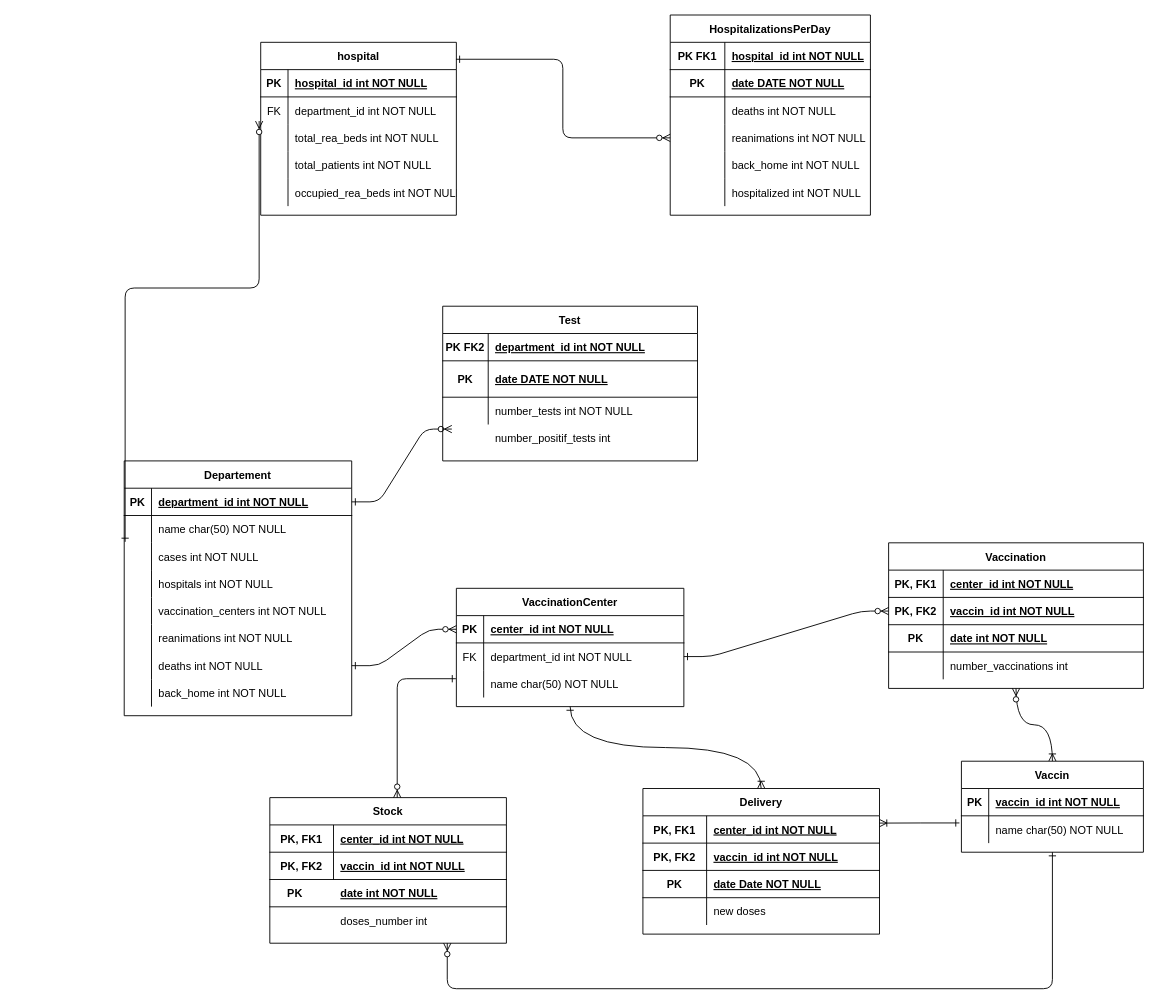
Earlier version of the draw.io diagram bda/projet.drawio (elhadjhamlaoui/bda). Source tidied: cells renumbered, new cells numbered last; positions are measured from the earlier drawing's top-left corner, leaving out a move shared by most shapes. Both pictures are drawn from the tidied source at 91%, with x=0, y=0 at pixel (78, 15).
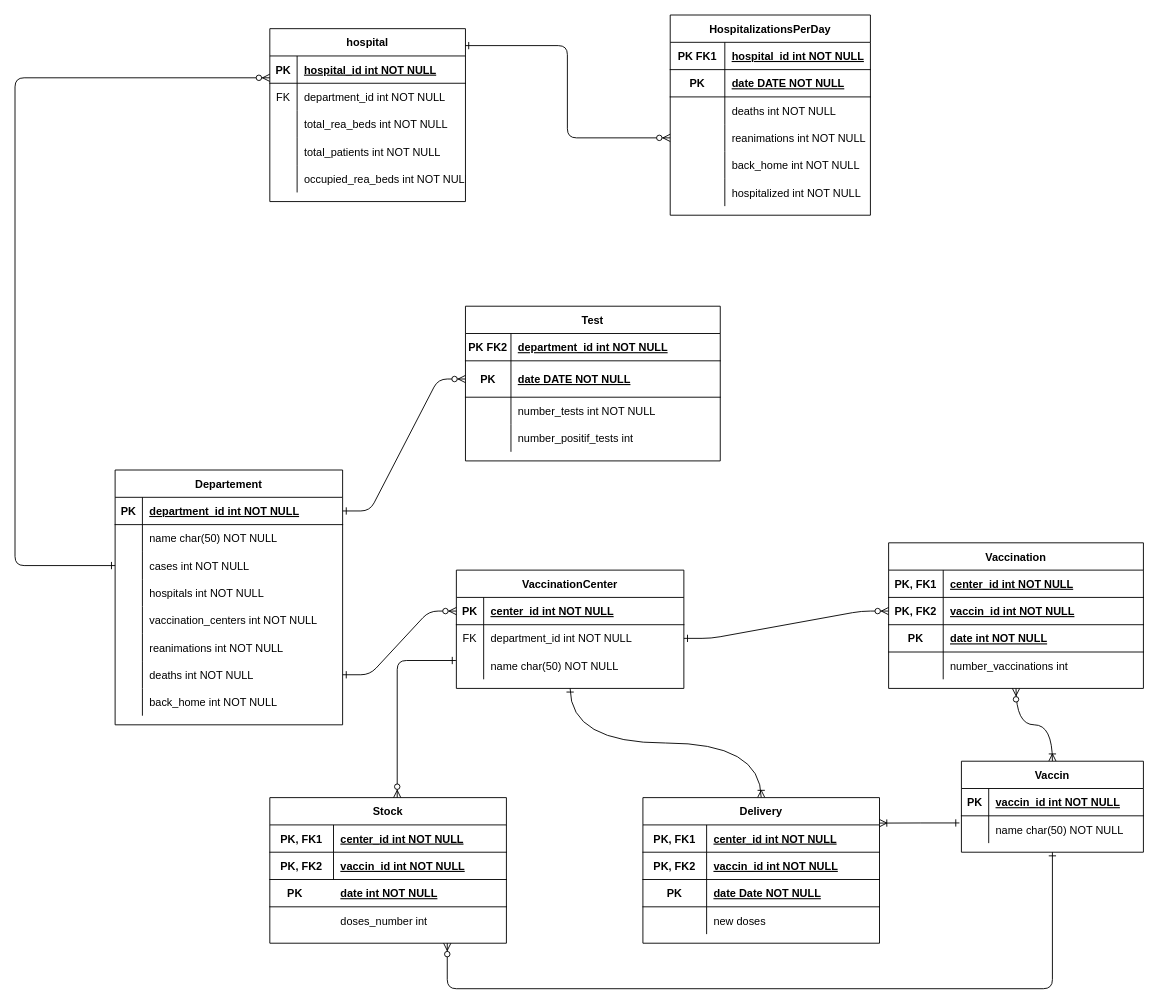
The same diagram, later.

The change refers to these unchanged cells:
```xml
<mxCell id="7" style="shape=partialRectangle;fillColor=none;top=0;left=0;bottom=1;right=0;points=[[0,0.5],[1,0.5]];portConstraint=eastwest;" parent="3" vertex="1">
  <mxGeometry y="60" width="280" height="40" as="geometry" />
</mxCell>
<mxCell id="14" style="shape=partialRectangle;fillColor=none;points=[[0,0.5],[1,0.5]];portConstraint=eastwest;top=0;left=0;right=0;bottom=1;" parent="13" vertex="1">
  <mxGeometry y="30" width="250" height="30" as="geometry" />
</mxCell>
<mxCell id="20" style="shape=partialRectangle;fillColor=none;top=0;left=0;bottom=0;right=0;points=[[0,0.5],[1,0.5]];portConstraint=eastwest;" parent="13" vertex="1">
  <mxGeometry y="90" width="250" height="30" as="geometry" />
</mxCell>
<mxCell id="96" style="shape=partialRectangle;fillColor=none;top=0;left=0;bottom=1;right=0;points=[[0,0.5],[1,0.5]];portConstraint=eastwest;" parent="95" vertex="1">
  <mxGeometry y="30" width="215" height="30" as="geometry" />
</mxCell>
<mxCell id="102" style="shape=partialRectangle;fillColor=none;top=0;left=0;bottom=0;right=0;points=[[0,0.5],[1,0.5]];portConstraint=eastwest;" parent="95" vertex="1">
  <mxGeometry y="90" width="215" height="30" as="geometry" />
</mxCell>
```

Diff of the diagram source:
```diff
@@
-    <mxCell id="2" style="edgeStyle=entityRelationEdgeStyle;endArrow=ERzeroToMany;startArrow=ERone;endFill=1;startFill=0;" parent="1" edge="1" source="14">
-      <mxGeometry relative="1" as="geometry">
-        <mxPoint x="410" y="455" as="targetPoint" />
-      </mxGeometry>
+    <mxCell id="2" style="edgeStyle=entityRelationEdgeStyle;endArrow=ERzeroToMany;startArrow=ERone;endFill=1;startFill=0;entryX=0;entryY=0.5;entryDx=0;entryDy=0;" parent="1" edge="1" source="14" target="7">
+      <mxGeometry relative="1" as="geometry" />
     </mxCell>
     <mxCell id="3" value="Test" style="shape=table;startSize=30;childLayout=tableLayout;rowLines=0;fontStyle=1;align=center;" parent="1" vertex="1">
-      <mxGeometry x="400" y="320" width="280" height="170" as="geometry" />
+      <mxGeometry x="425" y="320" width="280" height="170" as="geometry" />
     </mxCell>
@@
+    <mxCell id="141" style="shape=partialRectangle;fillColor=none;top=0;left=0;bottom=0;right=0;" parent="3" vertex="1">
+      <mxGeometry y="130" width="280" height="30" as="geometry" />
+    </mxCell>
+    <mxCell id="142" style="shape=partialRectangle;fillColor=none;top=0;left=0;bottom=0;right=0;overflow=hidden;" parent="141" vertex="1">
+      <mxGeometry width="50" height="30" as="geometry" />
+    </mxCell>
+    <mxCell id="134" value="number_positif_tests int" style="shape=partialRectangle;fillColor=none;top=0;left=0;bottom=0;right=0;align=left;spacingLeft=6;overflow=hidden;" parent="141" vertex="1">
+      <mxGeometry x="50" width="230" height="30" as="geometry" />
+    </mxCell>
     <mxCell id="13" value="Departement" style="shape=table;startSize=30;childLayout=tableLayout;rowLines=0;fontStyle=1;align=center;" parent="1" vertex="1">
-      <mxGeometry x="50" y="490" width="250" height="280" as="geometry" />
+      <mxGeometry x="40" y="500" width="250" height="280" as="geometry" />
     </mxCell>
@@
     <mxCell id="39" value="VaccinationCenter" style="shape=table;startSize=30;childLayout=tableLayout;rowLines=0;fontStyle=1;align=center;" parent="1" vertex="1">
-      <mxGeometry x="415" y="630" width="250" height="130" as="geometry" />
+      <mxGeometry x="415" y="610" width="250" height="130" as="geometry" />
     </mxCell>
@@
     <mxCell id="71" value="Delivery" style="shape=table;startSize=30;childLayout=tableLayout;rowLines=0;fontStyle=1;align=center;" parent="1" vertex="1">
-      <mxGeometry x="620" y="850" width="260" height="160" as="geometry" />
+      <mxGeometry x="620" y="860" width="260" height="160" as="geometry" />
     </mxCell>
@@
     <mxCell id="95" value="hospital" style="shape=table;startSize=30;childLayout=tableLayout;rowLines=0;fontStyle=1;align=center;" parent="1" vertex="1">
-      <mxGeometry x="200" y="30" width="215" height="190" as="geometry" />
+      <mxGeometry x="210" y="15" width="215" height="190" as="geometry" />
     </mxCell>
@@
-    <mxCell id="111" style="edgeStyle=elbowEdgeStyle;endArrow=ERzeroToMany;startArrow=ERone;endFill=1;startFill=0;entryX=-0.008;entryY=-0.116;entryDx=0;entryDy=0;entryPerimeter=0;exitX=0.004;exitY=0.963;exitDx=0;exitDy=0;exitPerimeter=0;elbow=vertical;" parent="1" edge="1" target="102">
+    <mxCell id="111" style="edgeStyle=elbowEdgeStyle;endArrow=ERzeroToMany;startArrow=ERone;endFill=1;startFill=0;exitX=0;exitY=0.5;exitDx=0;exitDy=0;entryX=0;entryY=0.8;entryDx=0;entryDy=0;entryPerimeter=0;" parent="1" edge="1" source="20" target="96">
       <mxGeometry relative="1" as="geometry">
-        <mxPoint x="51" y="578.9" as="sourcePoint" />
         <Array as="points">
-          <mxPoint y="300" />
+          <mxPoint x="-70" y="390" />
+          <mxPoint x="10" y="390" />
         </Array>
       </mxGeometry>
     </mxCell>
@@
-    <mxCell id="132" style="shape=partialRectangle;fillColor=none;top=0;left=0;right=0;bottom=0;" parent="1" vertex="1">
-      <mxGeometry x="400" y="450" width="280" height="30" as="geometry" />
-    </mxCell>
-    <mxCell id="133" style="shape=partialRectangle;overflow=hidden;fillColor=none;top=0;left=0;bottom=0;right=0;" parent="132" vertex="1">
-      <mxGeometry width="50" height="30" as="geometry" />
-    </mxCell>
-    <mxCell id="134" value="number_positif_tests int" style="shape=partialRectangle;overflow=hidden;fillColor=none;top=0;left=0;bottom=0;right=0;align=left;spacingLeft=6;" parent="132" vertex="1">
-      <mxGeometry x="50" width="230" height="30" as="geometry" />
-    </mxCell>
```
